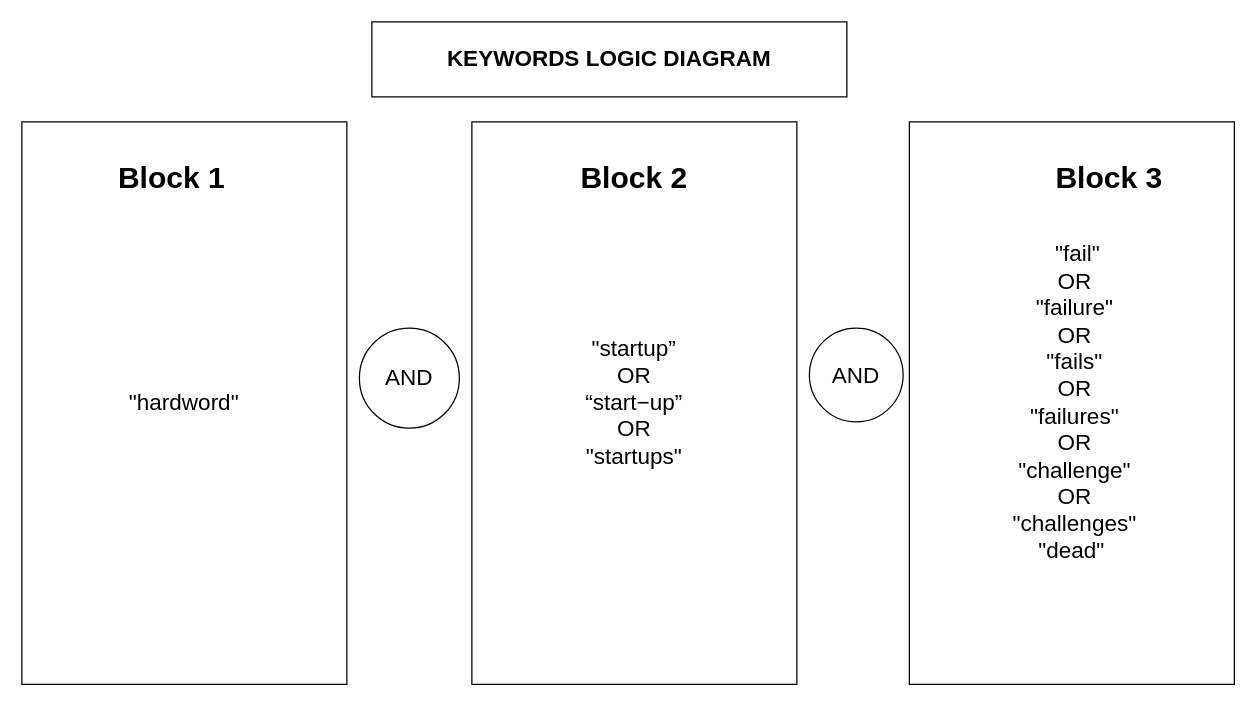
HeiderJeffer/Gilgamesh keeps this draw.io diagram as Diagrams/keyword logic.drawio. Above is the earlier version. Source tidied: cells renumbered, new cells numbered last; positions are measured from the earlier drawing's top-left corner, leaving out a move shared by most shapes. Both pictures are drawn from the tidied source at 125%, with x=0, y=0 at pixel (21, 21).
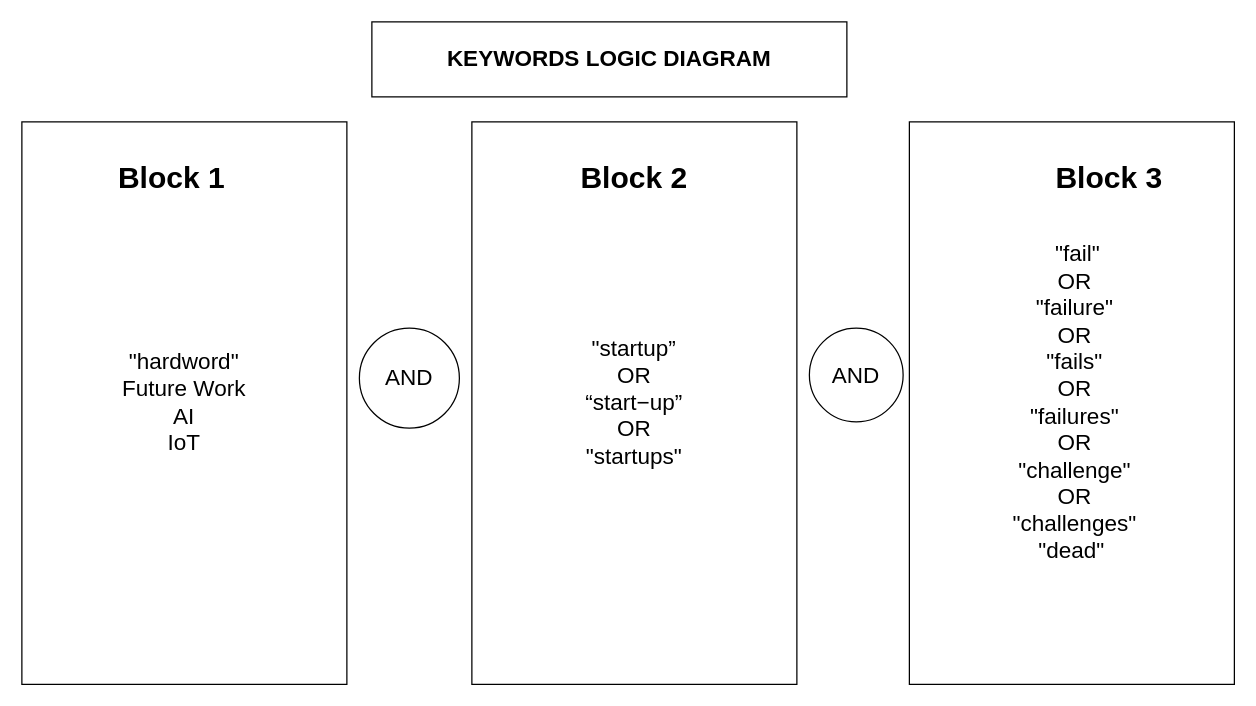
The same page after the edit.

Diff of the diagram source:
```diff
@@
 <mxGraphModel>
   <root>
     <mxCell id="0" />
     <mxCell id="1" parent="0" />
     <mxCell id="2" value="&lt;font style=&quot;font-size: 18px&quot;&gt;AND&lt;/font&gt;" style="ellipse;whiteSpace=wrap;html=1;" parent="1" vertex="1">
       <mxGeometry x="270" y="245" width="80" height="80" as="geometry" />
     </mxCell>
     <mxCell id="3" value="&lt;font style=&quot;font-size: 18px&quot;&gt;AND&lt;/font&gt;" style="ellipse;whiteSpace=wrap;html=1;" parent="1" vertex="1">
       <mxGeometry x="630" y="245" width="75" height="75" as="geometry" />
     </mxCell>
     <mxCell id="4" value="&amp;nbsp;&amp;nbsp;&quot;fail&quot;&lt;br&gt;&amp;nbsp;OR&lt;br&gt;&amp;nbsp;&quot;failure&quot;&lt;br&gt;&amp;nbsp;OR&lt;br&gt;&amp;nbsp;&quot;fails&quot;&lt;br&gt;&amp;nbsp;OR&lt;br&gt;&amp;nbsp;&quot;failures&quot;&lt;br&gt;&amp;nbsp;OR&lt;br&gt;&amp;nbsp;&quot;challenge&quot;&lt;br&gt;&amp;nbsp;OR&lt;br&gt;&amp;nbsp;&quot;challenges&quot;&lt;br&gt;&quot;dead&quot;" style="rounded=0;whiteSpace=wrap;html=1;fontSize=18;align=center;" parent="1" vertex="1">
       <mxGeometry x="710" y="80" width="260" height="450" as="geometry" />
     </mxCell>
     <mxCell id="5" value="&quot;startup”&lt;br&gt;OR&lt;br&gt;“start−up”&lt;br&gt;OR&lt;br&gt;&quot;startups&quot;" style="rounded=0;whiteSpace=wrap;html=1;fontSize=18;align=center;" parent="1" vertex="1">
       <mxGeometry x="360" y="80" width="260" height="450" as="geometry" />
     </mxCell>
-    <mxCell id="6" value="&quot;hardword&quot;" style="rounded=0;whiteSpace=wrap;html=1;fontSize=18;align=center;" parent="1" vertex="1">
+    <mxCell id="6" value="&quot;hardword&quot;&lt;br&gt;Future Work&lt;br&gt;AI&lt;br&gt;IoT" style="rounded=0;whiteSpace=wrap;html=1;fontSize=18;align=center;" parent="1" vertex="1">
       <mxGeometry y="80" width="260" height="450" as="geometry" />
     </mxCell>
     <mxCell id="7" value="&lt;b&gt;KEYWORDS LOGIC DIAGRAM&lt;/b&gt;" style="rounded=0;whiteSpace=wrap;html=1;fontSize=18;align=center;" parent="1" vertex="1">
       <mxGeometry x="280" width="380" height="60" as="geometry" />
     </mxCell>
     <mxCell id="8" value="&lt;font style=&quot;font-size: 24px&quot;&gt;&lt;b&gt;Block 1&lt;/b&gt;&lt;/font&gt;" style="text;html=1;strokeColor=none;fillColor=none;align=center;verticalAlign=middle;whiteSpace=wrap;rounded=0;" parent="1" vertex="1">
       <mxGeometry x="40" y="80" width="160" height="90" as="geometry" />
     </mxCell>
     <mxCell id="9" value="&lt;font style=&quot;font-size: 24px&quot;&gt;&lt;b&gt;Block 2&lt;/b&gt;&lt;/font&gt;" style="text;html=1;strokeColor=none;fillColor=none;align=center;verticalAlign=middle;whiteSpace=wrap;rounded=0;" parent="1" vertex="1">
       <mxGeometry x="410" y="80" width="160" height="90" as="geometry" />
     </mxCell>
     <mxCell id="10" value="&lt;font style=&quot;font-size: 24px&quot;&gt;&lt;b&gt;Block 3&lt;/b&gt;&lt;/font&gt;" style="text;html=1;strokeColor=none;fillColor=none;align=center;verticalAlign=middle;whiteSpace=wrap;rounded=0;" parent="1" vertex="1">
       <mxGeometry x="790" y="80" width="160" height="90" as="geometry" />
     </mxCell>
   </root>
 </mxGraphModel>
```
